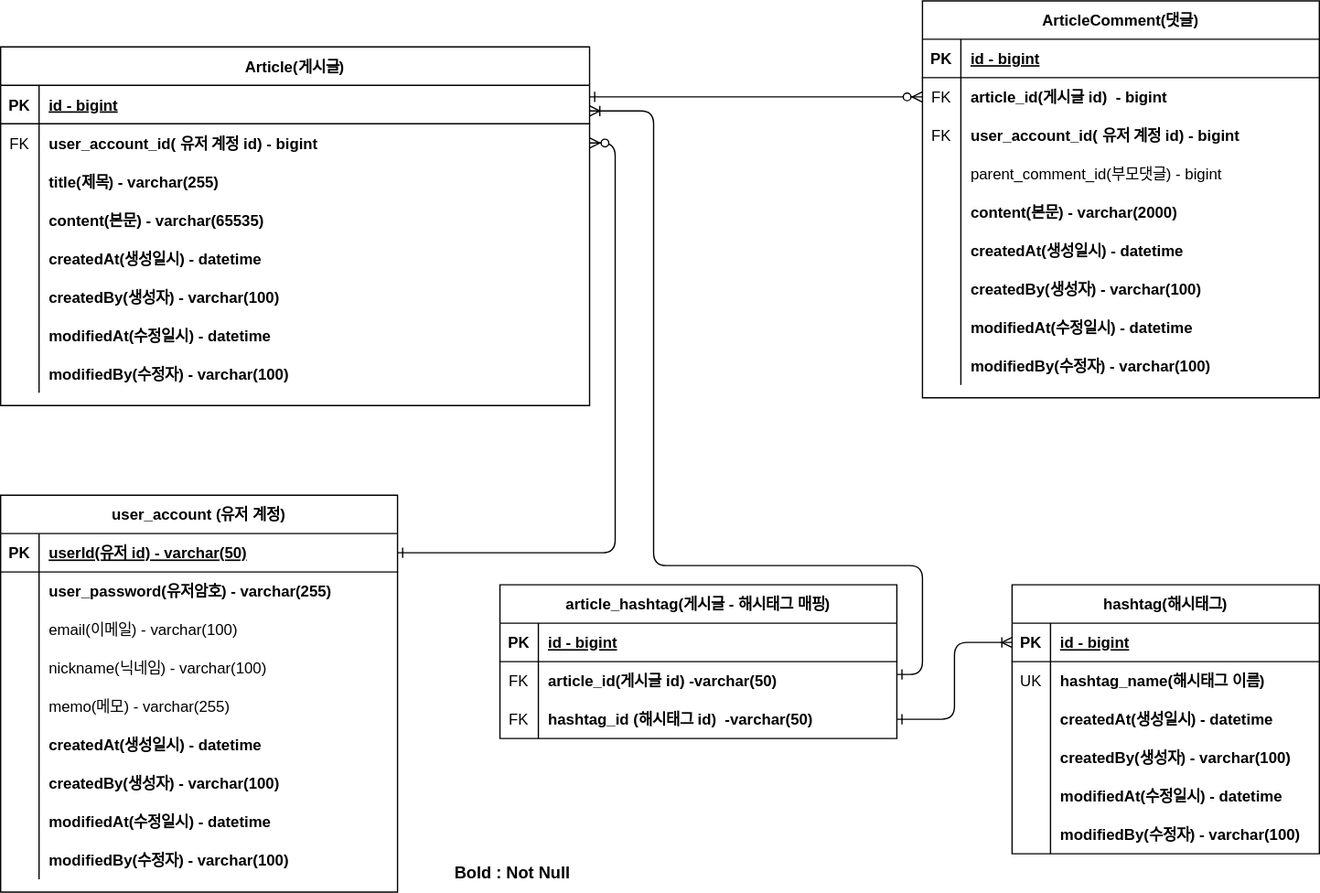
The draw.io diagram document/project-board-erd.svg in BWhale1010/exercise-board, before a commit. Source tidied: cells renumbered, new cells last; positions are measured from the earlier drawing's top-left corner, leaving out a move shared by most shapes.
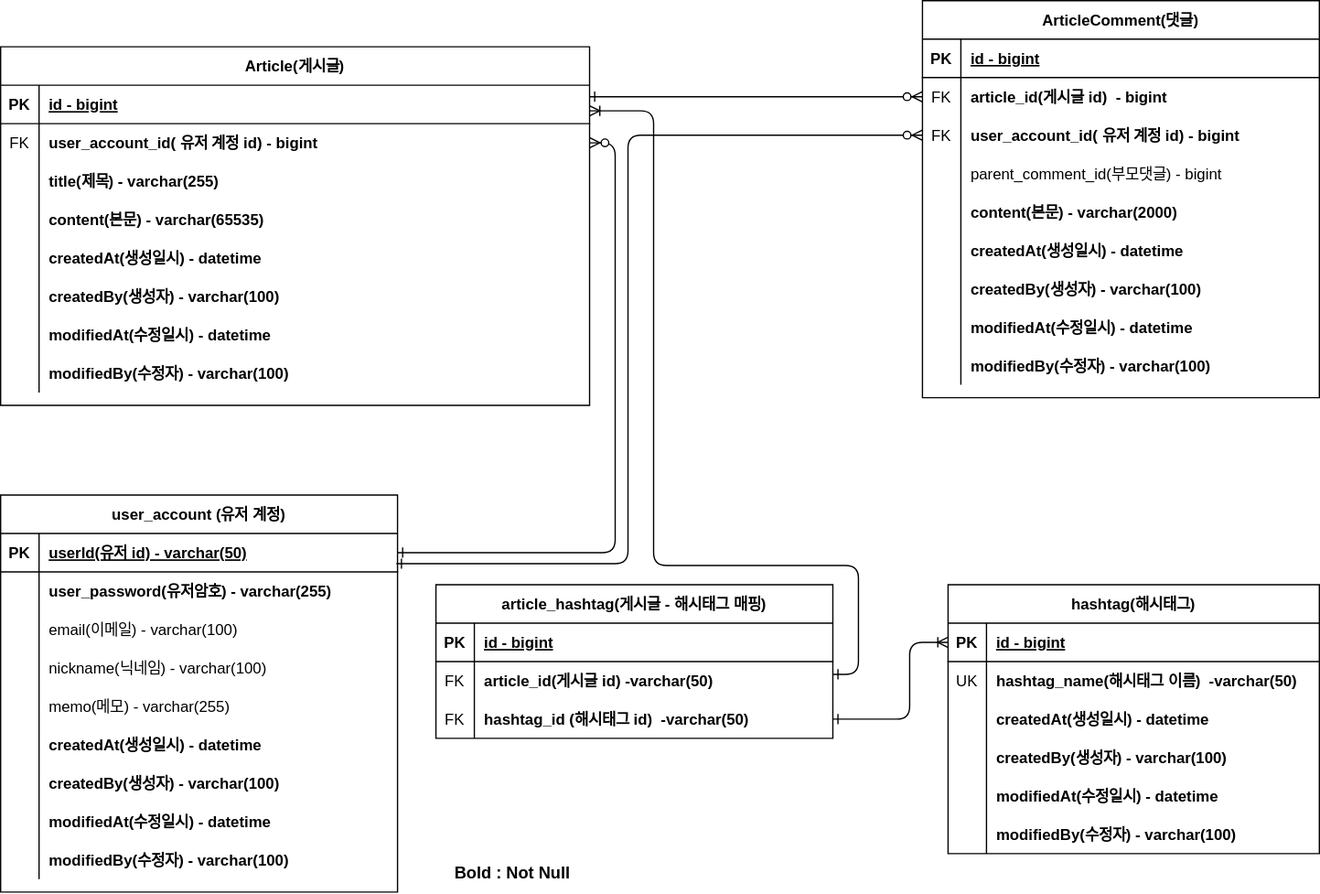
Above is the later version.

What changed in the source:
```diff
@@ -259,7 +259,7 @@
       </mxGeometry>
     </mxCell>
     <mxCell id="85" value="article_hashtag(게시글 - 해시태그 매핑)" style="shape=table;startSize=30;rowLines=0;fontStyle=1;align=center;" parent="1" vertex="1">
-      <mxGeometry x="390" y="456" width="310" height="120" as="geometry" />
+      <mxGeometry x="340" y="456" width="310" height="120" as="geometry" />
     </mxCell>
     <mxCell id="86" style="shape=partialRectangle;fillColor=none;top=0;left=0;right=0;bottom=1;" parent="85" vertex="1">
       <mxGeometry y="30" width="310" height="30" as="geometry" />
@@ -291,75 +291,88 @@
     <mxCell id="95" style="edgeStyle=orthogonalEdgeStyle;endArrow=ERoneToMany;startArrow=ERone;endFill=0;startFill=0;" parent="1" edge="1" source="89" target="32">
       <mxGeometry relative="1" as="geometry">
         <Array as="points">
-          <mxPoint x="720" y="526" />
-          <mxPoint x="720" y="441" />
+          <mxPoint x="670" y="526" />
+          <mxPoint x="670" y="441" />
           <mxPoint x="510" y="441" />
           <mxPoint x="510" y="86" />
         </Array>
       </mxGeometry>
     </mxCell>
     <mxCell id="96" value="hashtag(해시태그)" style="shape=table;startSize=30;rowLines=0;fontStyle=1;align=center;" parent="1" vertex="1">
-      <mxGeometry x="790" y="456" width="240" height="210" as="geometry" />
+      <mxGeometry x="740" y="456" width="290" height="210" as="geometry" />
     </mxCell>
     <mxCell id="97" style="shape=partialRectangle;fillColor=none;points=[[0,0.5],[1,0.5]];portConstraint=eastwest;top=0;left=0;right=0;bottom=1;" parent="96" vertex="1">
-      <mxGeometry y="30" width="240" height="30" as="geometry" />
+      <mxGeometry y="30" width="290" height="30" as="geometry" />
     </mxCell>
     <mxCell id="98" value="PK" style="shape=partialRectangle;overflow=hidden;fillColor=none;top=0;left=0;bottom=0;right=0;fontStyle=1;" parent="97" vertex="1">
       <mxGeometry width="30" height="30" as="geometry" />
     </mxCell>
     <mxCell id="99" value="id - bigint" style="shape=partialRectangle;overflow=hidden;fillColor=none;top=0;left=0;bottom=0;right=0;align=left;spacingLeft=6;fontStyle=5;" parent="97" vertex="1">
-      <mxGeometry x="30" width="210" height="30" as="geometry" />
+      <mxGeometry x="30" width="260" height="30" as="geometry" />
     </mxCell>
     <mxCell id="100" style="shape=partialRectangle;fillColor=none;top=0;left=0;right=0;bottom=0;" parent="96" vertex="1">
-      <mxGeometry y="60" width="240" height="30" as="geometry" />
+      <mxGeometry y="60" width="290" height="30" as="geometry" />
     </mxCell>
     <mxCell id="101" value="UK" style="shape=partialRectangle;overflow=hidden;fillColor=none;top=0;left=0;bottom=0;right=0;" parent="100" vertex="1">
       <mxGeometry width="30" height="30" as="geometry" />
     </mxCell>
-    <mxCell id="102" value="hashtag_name(해시태그 이름)" style="shape=partialRectangle;overflow=hidden;fillColor=none;top=0;left=0;bottom=0;right=0;align=left;spacingLeft=6;fontStyle=1;" parent="100" vertex="1">
-      <mxGeometry x="30" width="210" height="30" as="geometry" />
+    <mxCell id="102" value="hashtag_name(해시태그 이름)  -varchar(50)" style="shape=partialRectangle;overflow=hidden;fillColor=none;top=0;left=0;bottom=0;right=0;align=left;spacingLeft=6;fontStyle=1;" parent="100" vertex="1">
+      <mxGeometry x="30" width="260" height="30" as="geometry" />
     </mxCell>
     <mxCell id="103" style="shape=partialRectangle;fillColor=none;top=0;left=0;right=0;bottom=0;" parent="96" vertex="1">
-      <mxGeometry y="90" width="240" height="30" as="geometry" />
+      <mxGeometry y="90" width="290" height="30" as="geometry" />
     </mxCell>
     <mxCell id="104" style="shape=partialRectangle;overflow=hidden;fillColor=none;top=0;left=0;bottom=0;right=0;" parent="103" vertex="1">
       <mxGeometry width="30" height="30" as="geometry" />
     </mxCell>
     <mxCell id="105" value="createdAt(생성일시) - datetime" style="shape=partialRectangle;overflow=hidden;fillColor=none;top=0;left=0;bottom=0;right=0;align=left;spacingLeft=6;fontStyle=1;" parent="103" vertex="1">
-      <mxGeometry x="30" width="210" height="30" as="geometry" />
+      <mxGeometry x="30" width="260" height="30" as="geometry" />
     </mxCell>
     <mxCell id="106" style="shape=partialRectangle;fillColor=none;top=0;left=0;right=0;bottom=0;" parent="96" vertex="1">
-      <mxGeometry y="120" width="240" height="30" as="geometry" />
+      <mxGeometry y="120" width="290" height="30" as="geometry" />
     </mxCell>
     <mxCell id="107" style="shape=partialRectangle;overflow=hidden;fillColor=none;top=0;left=0;bottom=0;right=0;" parent="106" vertex="1">
       <mxGeometry width="30" height="30" as="geometry" />
     </mxCell>
     <mxCell id="108" value="createdBy(생성자) - varchar(100)" style="shape=partialRectangle;overflow=hidden;fillColor=none;top=0;left=0;bottom=0;right=0;align=left;spacingLeft=6;fontStyle=1;" parent="106" vertex="1">
-      <mxGeometry x="30" width="210" height="30" as="geometry" />
+      <mxGeometry x="30" width="260" height="30" as="geometry" />
     </mxCell>
     <mxCell id="109" style="shape=partialRectangle;fillColor=none;top=0;left=0;right=0;bottom=0;" parent="96" vertex="1">
-      <mxGeometry y="150" width="240" height="30" as="geometry" />
+      <mxGeometry y="150" width="290" height="30" as="geometry" />
     </mxCell>
     <mxCell id="110" style="shape=partialRectangle;overflow=hidden;fillColor=none;top=0;left=0;bottom=0;right=0;" parent="109" vertex="1">
       <mxGeometry width="30" height="30" as="geometry" />
     </mxCell>
     <mxCell id="111" value="modifiedAt(수정일시) - datetime" style="shape=partialRectangle;overflow=hidden;fillColor=none;top=0;left=0;bottom=0;right=0;align=left;spacingLeft=6;fontStyle=1;" parent="109" vertex="1">
-      <mxGeometry x="30" width="210" height="30" as="geometry" />
+      <mxGeometry x="30" width="260" height="30" as="geometry" />
     </mxCell>
     <mxCell id="112" style="shape=partialRectangle;fillColor=none;top=0;left=0;right=0;bottom=0;" parent="96" vertex="1">
-      <mxGeometry y="180" width="240" height="30" as="geometry" />
+      <mxGeometry y="180" width="290" height="30" as="geometry" />
     </mxCell>
     <mxCell id="113" style="shape=partialRectangle;overflow=hidden;fillColor=none;top=0;left=0;bottom=0;right=0;" parent="112" vertex="1">
       <mxGeometry width="30" height="30" as="geometry" />
     </mxCell>
     <mxCell id="114" value="modifiedBy(수정자) - varchar(100)" style="shape=partialRectangle;overflow=hidden;fillColor=none;top=0;left=0;bottom=0;right=0;align=left;spacingLeft=6;fontStyle=1;" parent="112" vertex="1">
-      <mxGeometry x="30" width="210" height="30" as="geometry" />
+      <mxGeometry x="30" width="260" height="30" as="geometry" />
     </mxCell>
     <mxCell id="115" style="endArrow=ERoneToMany;startArrow=ERone;endFill=0;startFill=0;exitX=1;exitY=0.5;exitDx=0;exitDy=0;entryX=0;entryY=0.5;entryDx=0;entryDy=0;edgeStyle=orthogonalEdgeStyle;" parent="1" edge="1" source="92" target="97">
-      <mxGeometry relative="1" as="geometry" />
+      <mxGeometry relative="1" as="geometry">
+        <Array as="points">
+          <mxPoint x="710" y="561" />
+          <mxPoint x="710" y="501" />
+        </Array>
+      </mxGeometry>
     </mxCell>
     <mxCell id="116" value="&lt;b style=&quot;font-size: 13px;&quot;&gt;Bold : Not Null&lt;/b&gt;" style="text;html=1;strokeColor=none;fillColor=none;align=center;verticalAlign=middle;whiteSpace=wrap;rounded=0;fontSize=13;" parent="1" vertex="1">
       <mxGeometry x="350" y="666" width="100" height="30" as="geometry" />
     </mxCell>
+    <mxCell id="117" style="edgeStyle=orthogonalEdgeStyle;endArrow=ERzeroToMany;startArrow=ERone;endFill=1;startFill=0;exitX=0.997;exitY=0.787;exitDx=0;exitDy=0;exitPerimeter=0;" parent="1" edge="1" source="57" target="10">
+      <mxGeometry relative="1" as="geometry">
+        <Array as="points">
+          <mxPoint x="490" y="440" />
+          <mxPoint x="490" y="105" />
+        </Array>
+      </mxGeometry>
+    </mxCell>
   </root>
 </mxGraphModel>
```
